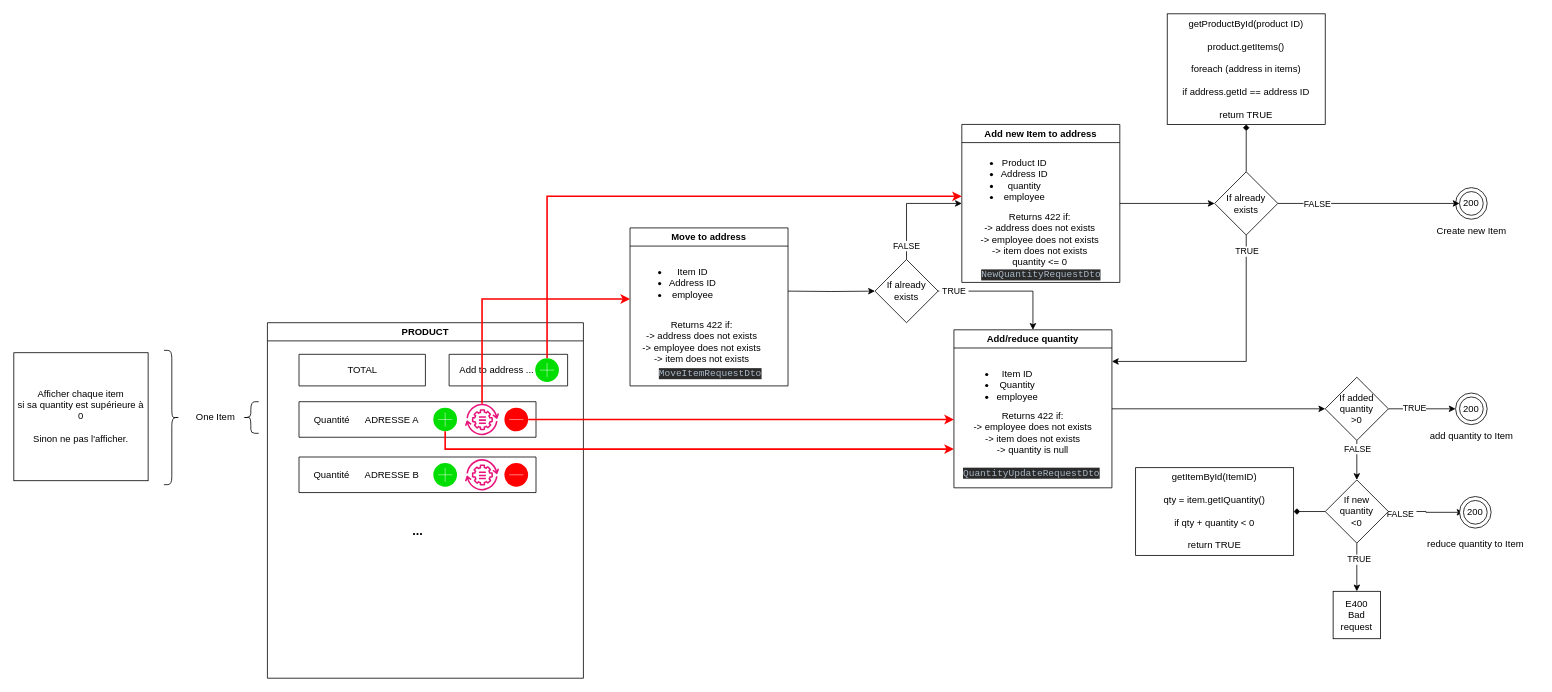
PROCOM-ERP/IMT-3A-PROCOM-ERP keeps this draw.io diagram as docs/diagrams/Product_interface_v1.drawio. Above is the earlier version. Source tidied: cells renumbered, new cells numbered last; positions are measured from the earlier drawing's top-left corner, leaving out a move shared by most shapes. Both pictures are drawn from the tidied source at 79%, with x=0, y=0 at pixel (13, 13).
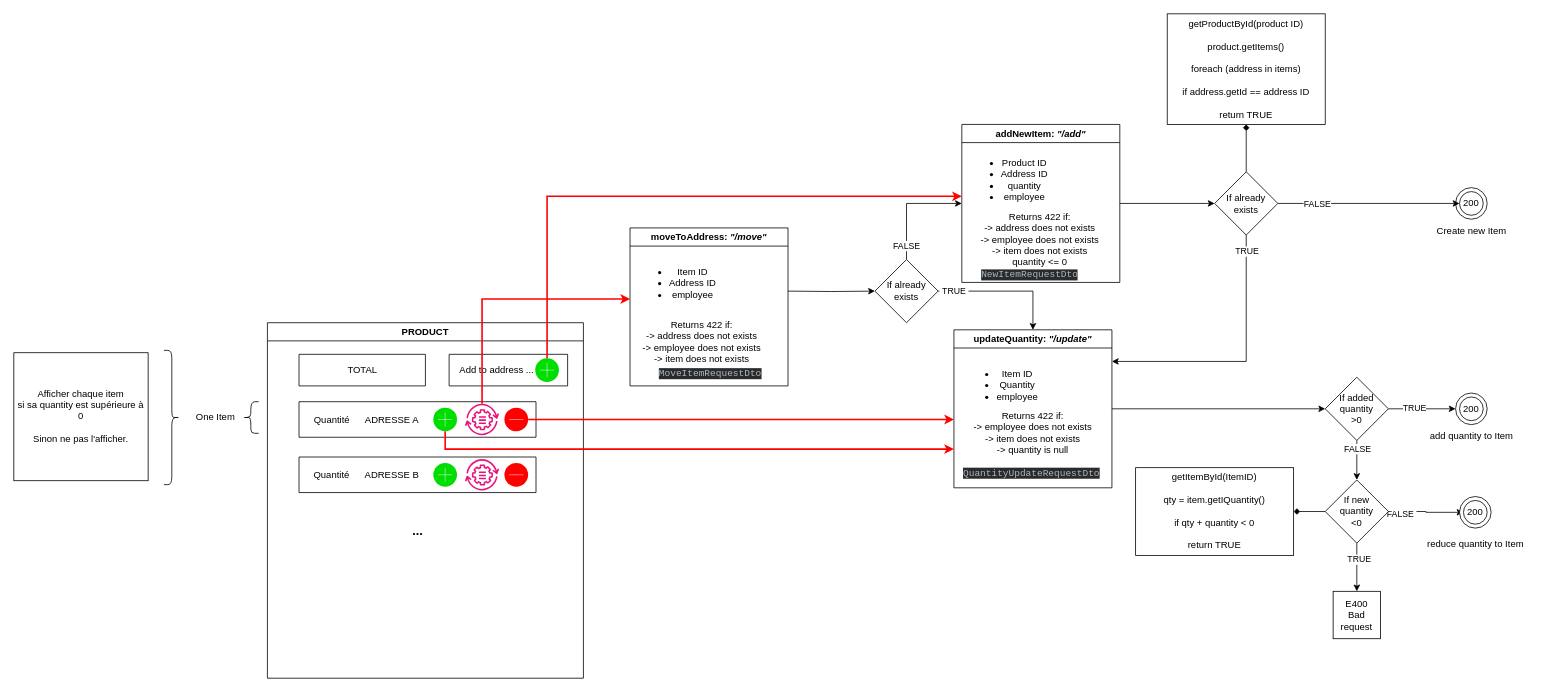
The same diagram, later.

Commit message (it also covers changes not shown here):
Dev : E04-US07-T02/T04 finishing defining the product API

Diff of the diagram source:
```diff
@@
-    <mxCell id="20" value="Add new Item to address" style="swimlane;whiteSpace=wrap;html=1;startSize=23;" parent="1" vertex="1">
+    <mxCell id="20" value="addNewItem: &lt;i&gt;&quot;/add&quot;&lt;/i&gt;" style="swimlane;whiteSpace=wrap;html=1;startSize=23;" parent="1" vertex="1">
       <mxGeometry x="1200" y="140" width="200" height="200" as="geometry" />
     </mxCell>
@@
-    <mxCell id="23" value="&lt;div style=&quot;background-color:#2b2b2b;color:#a9b7c6&quot;&gt;&lt;pre style=&quot;font-family:'JetBrains Mono',monospace;font-size:9,8pt;&quot;&gt;NewQuantityRequestDto&lt;/pre&gt;&lt;/div&gt;" style="text;whiteSpace=wrap;html=1;" parent="20" vertex="1">
+    <mxCell id="23" value="&lt;div style=&quot;background-color:#2b2b2b;color:#a9b7c6&quot;&gt;&lt;pre style=&quot;font-family:'JetBrains Mono',monospace;font-size:9,8pt;&quot;&gt;NewItemRequestDto&lt;/pre&gt;&lt;/div&gt;" style="text;whiteSpace=wrap;html=1;" parent="20" vertex="1">
       <mxGeometry x="23" y="165" width="160" height="30" as="geometry" />
     </mxCell>
@@
-    <mxCell id="27" value="Add/reduce quantity" style="swimlane;whiteSpace=wrap;html=1;" parent="1" vertex="1">
+    <mxCell id="27" value="updateQuantity: &lt;i&gt;&quot;/update&quot;&lt;/i&gt;" style="swimlane;whiteSpace=wrap;html=1;" parent="1" vertex="1">
       <mxGeometry x="1190" y="400" width="200" height="200" as="geometry" />
     </mxCell>
@@
-    <mxCell id="50" value="Move to address" style="swimlane;whiteSpace=wrap;html=1;" parent="1" vertex="1">
+    <mxCell id="50" value="moveToAddress: &lt;i&gt;&quot;/move&quot;&lt;/i&gt;" style="swimlane;whiteSpace=wrap;html=1;" parent="1" vertex="1">
       <mxGeometry x="780" y="271" width="200" height="200" as="geometry" />
     </mxCell>
```
